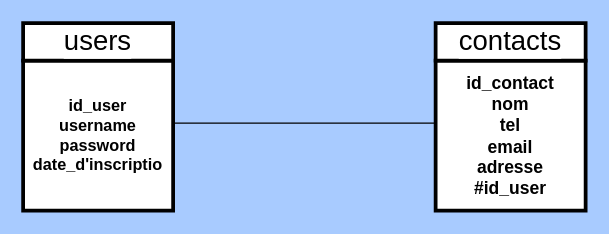
Before: MLD.drawio in MaryemKhaoua/YouContact, a draw.io diagram. Source tidied: cells renumbered, new cells numbered last; positions are measured from the earlier drawing's top-left corner, leaving out a move shared by most shapes. Both pictures are drawn from the tidied source at 125%, with x=0, y=0 at pixel (22, 22).
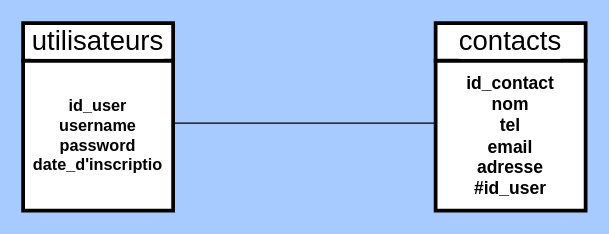
The same diagram, later.

What changed in the source:
```diff
@@
 <mxGraphModel background="#A8CBFF">
   <root>
     <mxCell id="0" />
     <mxCell id="1" parent="0" />
     <mxCell id="2" value="&lt;font color=&quot;#000000&quot; style=&quot;font-size: 13px;&quot;&gt;&lt;b style=&quot;background-color: rgb(255, 255, 255);&quot;&gt;id_user&lt;br&gt;username&lt;br&gt;password&lt;br&gt;date_d'inscriptio&lt;/b&gt;&lt;/font&gt;" style="whiteSpace=wrap;html=1;fillColor=#FFFFFF;strokeWidth=3;strokeColor=#000000;" parent="1" vertex="1">
       <mxGeometry y="30" width="120" height="120" as="geometry" />
     </mxCell>
-    <mxCell id="3" value="users" style="whiteSpace=wrap;html=1;labelBackgroundColor=#FFFFFF;strokeColor=#000000;strokeWidth=3;fontSize=22;fontColor=#000000;fillColor=#FFFFFF;" parent="1" vertex="1">
+    <mxCell id="3" value="utilisateurs" style="whiteSpace=wrap;html=1;labelBackgroundColor=#FFFFFF;strokeColor=#000000;strokeWidth=3;fontSize=22;fontColor=#000000;fillColor=#FFFFFF;" parent="1" vertex="1">
       <mxGeometry width="120" height="30" as="geometry" />
     </mxCell>
     <mxCell id="4" style="edgeStyle=none;orthogonalLoop=1;jettySize=auto;html=1;strokeColor=#000000;fontSize=14;fontColor=#000000;" parent="1" edge="1">
       <mxGeometry relative="1" as="geometry">
         <mxPoint x="120" y="80" as="sourcePoint" />
         <mxPoint x="360" y="80" as="targetPoint" />
       </mxGeometry>
     </mxCell>
     <mxCell id="5" value="&lt;font style=&quot;background-color: rgb(255, 255, 255); font-size: 14px;&quot; color=&quot;#000000&quot;&gt;&lt;b&gt;id_contact&lt;br&gt;nom&lt;br&gt;tel&lt;br&gt;email&lt;br&gt;adresse&lt;br&gt;#id_user&lt;br&gt;&lt;/b&gt;&lt;/font&gt;" style="whiteSpace=wrap;html=1;fillColor=#FFFFFF;strokeWidth=3;strokeColor=#000000;" parent="1" vertex="1">
       <mxGeometry x="330" y="30" width="120" height="120" as="geometry" />
     </mxCell>
     <mxCell id="6" value="contacts" style="whiteSpace=wrap;html=1;labelBackgroundColor=#FFFFFF;strokeColor=#000000;strokeWidth=3;fontSize=22;fontColor=#000000;fillColor=#FFFFFF;" parent="1" vertex="1">
       <mxGeometry x="330" width="120" height="30" as="geometry" />
     </mxCell>
   </root>
 </mxGraphModel>
```
